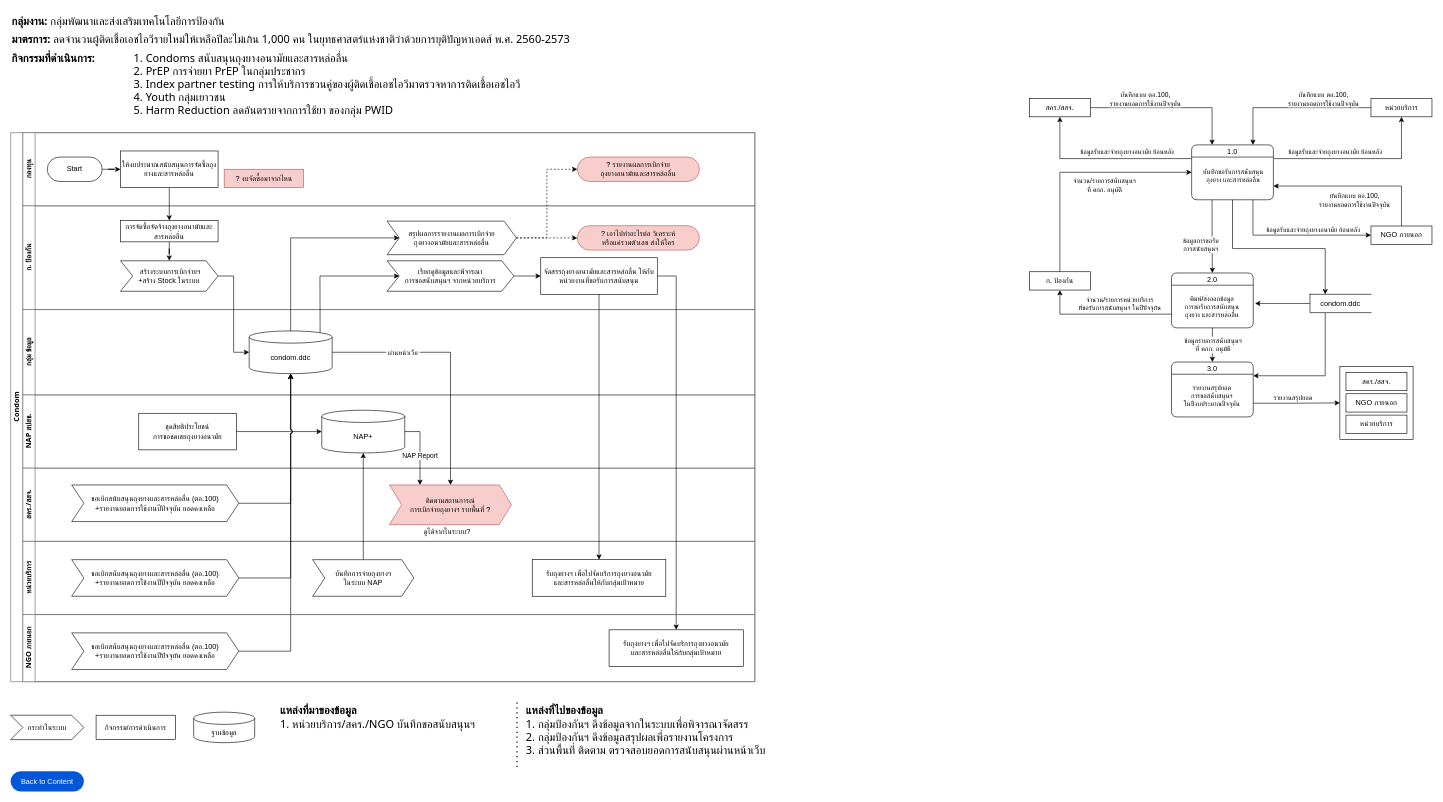
The draw.io diagram page "Condoms" (2 of 25) of HIVs Work-Data Diagram.drawio in anun311/regist, before the edit. Source tidied: cells renumbered, new cells numbered last; positions are measured from the earlier drawing's top-left corner, leaving out a move shared by most shapes. Both pictures are drawn from the tidied source at 61%, with x=0, y=0 at pixel (10, 10).
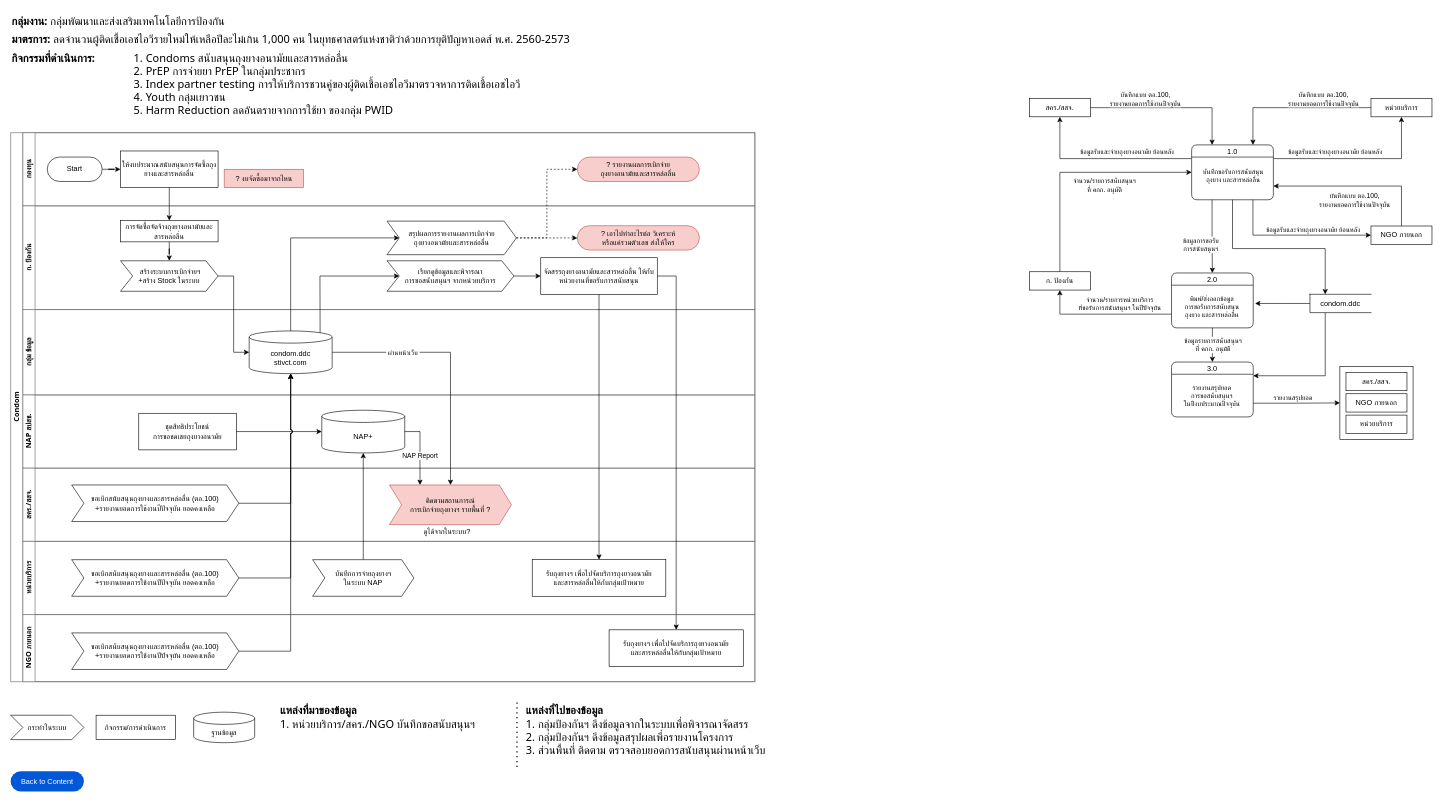
The same diagram, later.

Unchanged cells that the change refers to:
```xml
<mxCell id="22" value="กลุ่ม ข้อมูล" style="swimlane;html=1;startSize=20;horizontal=0;fontFamily=Tahoma;strokeColor=#666666;" parent="3" vertex="1">
  <mxGeometry x="20" y="290" width="1200" height="140" as="geometry" />
</mxCell>
```

The edit, as a diff of the source:
```diff
@@
-    <mxCell id="23" value="condom.ddc" style="shape=cylinder3;whiteSpace=wrap;html=1;boundedLbl=1;backgroundOutline=1;size=10;" parent="22" vertex="1">
+    <mxCell id="23" value="condom.ddc&lt;br&gt;stivct.com" style="shape=cylinder3;whiteSpace=wrap;html=1;boundedLbl=1;backgroundOutline=1;size=10;" parent="22" vertex="1">
       <mxGeometry x="371" y="35" width="136" height="70" as="geometry" />
     </mxCell>
```
